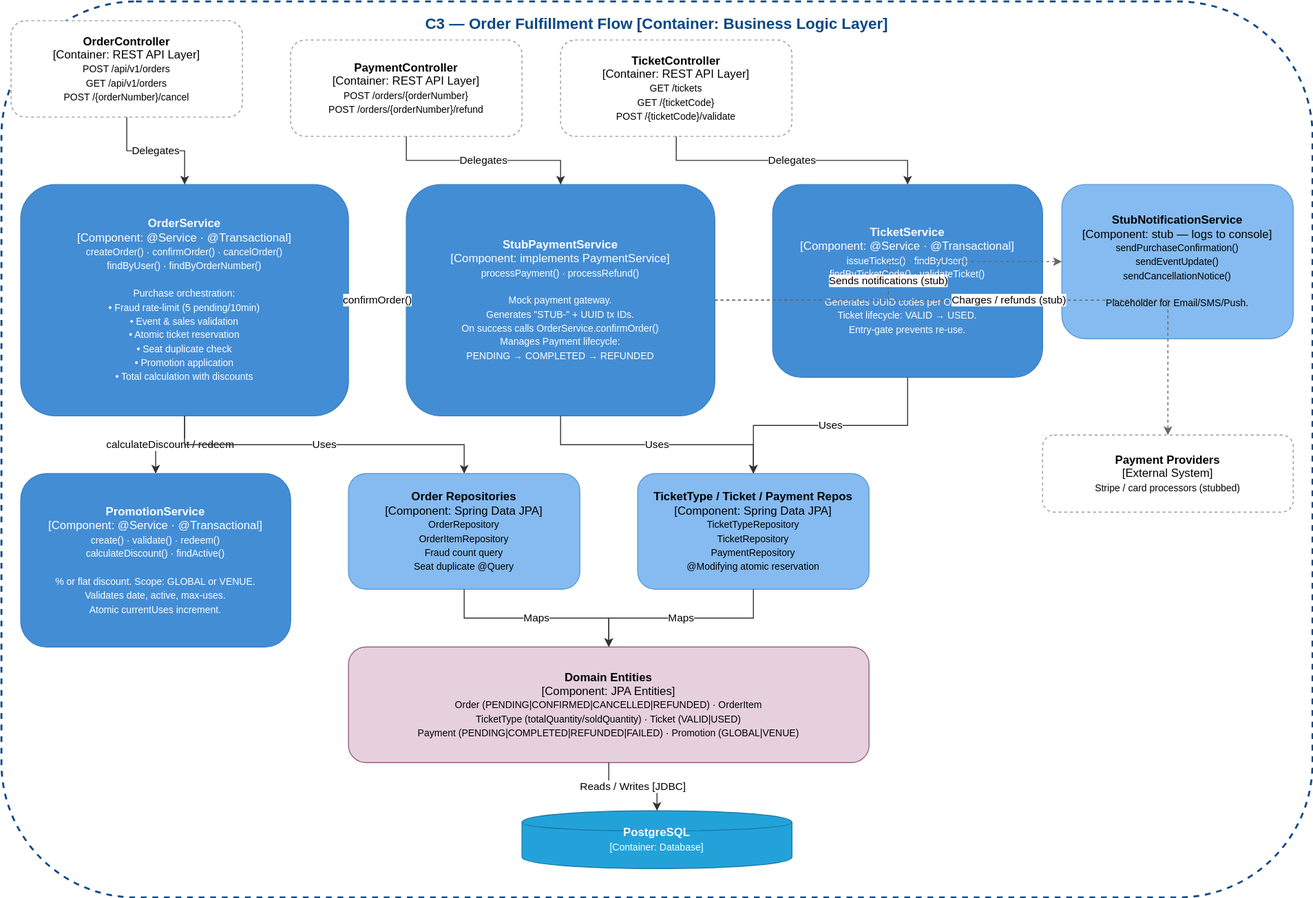
Before: diagrams/c4model/ticketwave-c3-order-fulfillment.drawio.svg, a diagram exported from draw.io (Juanchoque1206/soe-TicketWave). Source tidied: cells renumbered, new cells last; positions are measured from the earlier drawing's top-left corner, leaving out a move shared by most shapes.
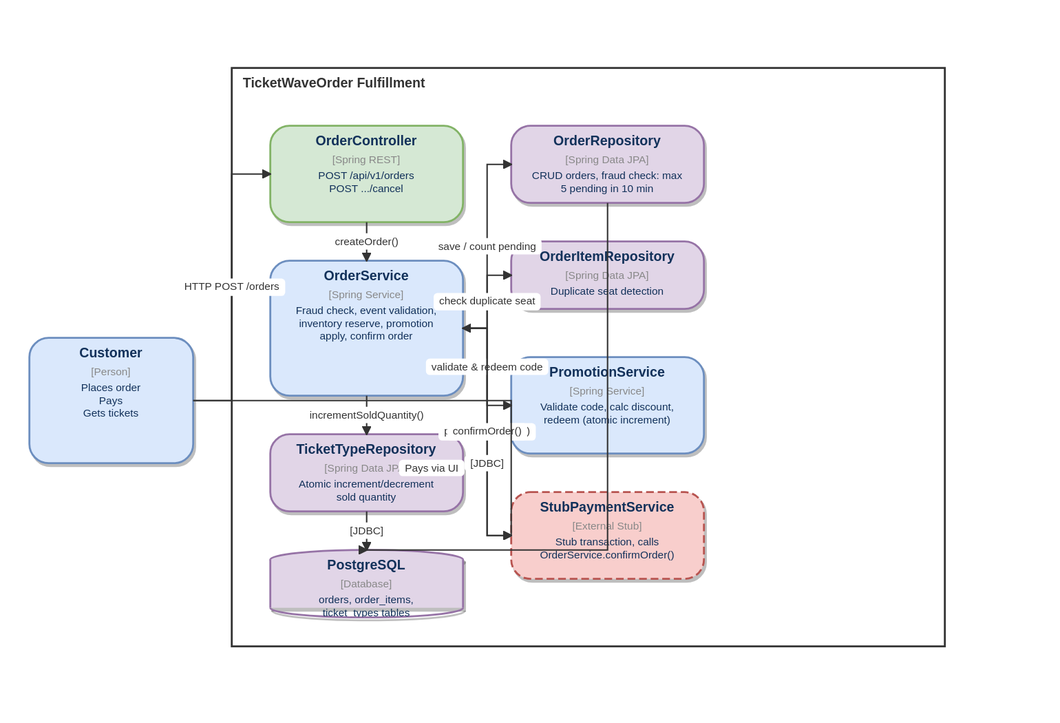
After the change.

The edit, as a diff of the source:
```diff
@@ -2,89 +2,71 @@
   <root>
     <mxCell id="0" />
     <mxCell id="1" parent="0" />
-    <mxCell id="2" style="rounded=1;whiteSpace=wrap;html=1;fillColor=none;strokeColor=#0b4884;dashed=1;strokeWidth=2;fontColor=#0b4884;fontStyle=1;" parent="1" vertex="1">
-      <mxGeometry width="1360" height="930" as="geometry" />
-    </mxCell>
-    <mxCell id="3" value="C3 — Order Fulfillment Flow [Container: Business Logic Layer]" style="text;html=1;strokeColor=none;fillColor=none;align=center;verticalAlign=top;whiteSpace=wrap;rounded=0;fontColor=#0b4884;fontStyle=1;fontSize=16;" parent="1" vertex="1">
-      <mxGeometry x="1" y="7" width="1358" height="20" as="geometry" />
-    </mxCell>
-    <mxCell id="4" value="&lt;b&gt;OrderController&lt;/b&gt;&lt;br&gt;[Container: REST API Layer]&lt;br&gt;&lt;font style=&quot;font-size:10px&quot;&gt;POST /api/v1/orders&lt;br&gt;GET /api/v1/orders&lt;br&gt;POST /{orderNumber}/cancel&lt;/font&gt;" style="rounded=1;whiteSpace=wrap;html=1;fillColor=#FFFFFF;strokeColor=#999999;dashed=1;" parent="1" vertex="1">
-      <mxGeometry x="10" y="20" width="240" height="100" as="geometry" />
-    </mxCell>
-    <mxCell id="5" value="&lt;b&gt;PaymentController&lt;/b&gt;&lt;br&gt;[Container: REST API Layer]&lt;br&gt;&lt;font style=&quot;font-size:10px&quot;&gt;POST /orders/{orderNumber}&lt;br&gt;POST /orders/{orderNumber}/refund&lt;/font&gt;" style="rounded=1;whiteSpace=wrap;html=1;fillColor=#FFFFFF;strokeColor=#999999;dashed=1;" parent="1" vertex="1">
-      <mxGeometry x="300" y="40" width="240" height="100" as="geometry" />
-    </mxCell>
-    <mxCell id="6" value="&lt;b&gt;TicketController&lt;/b&gt;&lt;br&gt;[Container: REST API Layer]&lt;br&gt;&lt;font style=&quot;font-size:10px&quot;&gt;GET /tickets&lt;br&gt;GET /{ticketCode}&lt;br&gt;POST /{ticketCode}/validate&lt;/font&gt;" style="rounded=1;whiteSpace=wrap;html=1;fillColor=#FFFFFF;strokeColor=#999999;dashed=1;" parent="1" vertex="1">
-      <mxGeometry x="580" y="40" width="240" height="100" as="geometry" />
-    </mxCell>
-    <mxCell id="7" value="&lt;b&gt;OrderService&lt;/b&gt;&lt;br&gt;[Component: @Service · @Transactional]&lt;br&gt;&lt;font style=&quot;font-size:10px&quot;&gt;createOrder() · confirmOrder() · cancelOrder()&lt;br&gt;findByUser() · findByOrderNumber()&lt;br&gt;&lt;br&gt;Purchase orchestration:&lt;br&gt;• Fraud rate-limit (5 pending/10min)&lt;br&gt;• Event &amp;amp; sales validation&lt;br&gt;• Atomic ticket reservation&lt;br&gt;• Seat duplicate check&lt;br&gt;• Promotion application&lt;br&gt;• Total calculation with discounts&lt;/font&gt;" style="rounded=1;whiteSpace=wrap;html=1;fillColor=#438dd5;strokeColor=#3c7fc0;fontColor=#FFFFFF;" parent="1" vertex="1">
-      <mxGeometry x="20" y="190" width="340" height="240" as="geometry" />
-    </mxCell>
-    <mxCell id="8" value="&lt;b&gt;StubPaymentService&lt;/b&gt;&lt;br&gt;[Component: implements PaymentService]&lt;br&gt;&lt;font style=&quot;font-size:10px&quot;&gt;processPayment() · processRefund()&lt;br&gt;&lt;br&gt;Mock payment gateway.&lt;br&gt;Generates &quot;STUB-&quot; + UUID tx IDs.&lt;br&gt;On success calls OrderService.confirmOrder()&lt;br&gt;Manages Payment lifecycle:&lt;br&gt;PENDING → COMPLETED → REFUNDED&lt;/font&gt;" style="rounded=1;whiteSpace=wrap;html=1;fillColor=#438dd5;strokeColor=#3c7fc0;fontColor=#FFFFFF;" parent="1" vertex="1">
-      <mxGeometry x="420" y="190" width="320" height="240" as="geometry" />
-    </mxCell>
-    <mxCell id="9" value="&lt;b&gt;TicketService&lt;/b&gt;&lt;br&gt;[Component: @Service · @Transactional]&lt;br&gt;&lt;font style=&quot;font-size:10px&quot;&gt;issueTickets() · findByUser()&lt;br&gt;findByTicketCode() · validateTicket()&lt;br&gt;&lt;br&gt;Generates UUID codes per OrderItem.&lt;br&gt;Ticket lifecycle: VALID → USED.&lt;br&gt;Entry-gate prevents re-use.&lt;/font&gt;" style="rounded=1;whiteSpace=wrap;html=1;fillColor=#438dd5;strokeColor=#3c7fc0;fontColor=#FFFFFF;" parent="1" vertex="1">
-      <mxGeometry x="800" y="190" width="280" height="200" as="geometry" />
-    </mxCell>
-    <mxCell id="10" value="&lt;b&gt;PromotionService&lt;/b&gt;&lt;br&gt;[Component: @Service · @Transactional]&lt;br&gt;&lt;font style=&quot;font-size:10px&quot;&gt;create() · validate() · redeem()&lt;br&gt;calculateDiscount() · findActive()&lt;br&gt;&lt;br&gt;% or flat discount. Scope: GLOBAL or VENUE.&lt;br&gt;Validates date, active, max-uses.&lt;br&gt;Atomic currentUses increment.&lt;/font&gt;" style="rounded=1;whiteSpace=wrap;html=1;fillColor=#438dd5;strokeColor=#3c7fc0;fontColor=#FFFFFF;" parent="1" vertex="1">
-      <mxGeometry x="20" y="490" width="280" height="180" as="geometry" />
-    </mxCell>
-    <mxCell id="11" value="&lt;b&gt;StubNotificationService&lt;/b&gt;&lt;br&gt;[Component: stub — logs to console]&lt;br&gt;&lt;font style=&quot;font-size:10px&quot;&gt;sendPurchaseConfirmation()&lt;br&gt;sendEventUpdate()&lt;br&gt;sendCancellationNotice()&lt;br&gt;&lt;br&gt;Placeholder for Email/SMS/Push.&lt;/font&gt;" style="rounded=1;whiteSpace=wrap;html=1;fillColor=#85bbf0;strokeColor=#5a9bd4;" parent="1" vertex="1">
-      <mxGeometry x="1100" y="190" width="240" height="160" as="geometry" />
-    </mxCell>
-    <mxCell id="12" value="&lt;b&gt;Order Repositories&lt;/b&gt;&lt;br&gt;[Component: Spring Data JPA]&lt;br&gt;&lt;font style=&quot;font-size:10px&quot;&gt;OrderRepository&lt;br&gt;OrderItemRepository&lt;br&gt;Fraud count query&lt;br&gt;Seat duplicate @Query&lt;/font&gt;" style="rounded=1;whiteSpace=wrap;html=1;fillColor=#85bbf0;strokeColor=#5a9bd4;" parent="1" vertex="1">
-      <mxGeometry x="360" y="490" width="240" height="120" as="geometry" />
-    </mxCell>
-    <mxCell id="13" value="&lt;b&gt;TicketType / Ticket / Payment Repos&lt;/b&gt;&lt;br&gt;[Component: Spring Data JPA]&lt;br&gt;&lt;font style=&quot;font-size:10px&quot;&gt;TicketTypeRepository&lt;br&gt;TicketRepository&lt;br&gt;PaymentRepository&lt;br&gt;@Modifying atomic reservation&lt;/font&gt;" style="rounded=1;whiteSpace=wrap;html=1;fillColor=#85bbf0;strokeColor=#5a9bd4;" parent="1" vertex="1">
-      <mxGeometry x="660" y="490" width="240" height="120" as="geometry" />
-    </mxCell>
-    <mxCell id="14" value="&lt;b&gt;Domain Entities&lt;/b&gt;&lt;br&gt;[Component: JPA Entities]&lt;br&gt;&lt;font style=&quot;font-size:10px&quot;&gt;Order (PENDING|CONFIRMED|CANCELLED|REFUNDED) · OrderItem&lt;br&gt;TicketType (totalQuantity/soldQuantity) · Ticket (VALID|USED)&lt;br&gt;Payment (PENDING|COMPLETED|REFUNDED|FAILED) · Promotion (GLOBAL|VENUE)&lt;/font&gt;" style="rounded=1;whiteSpace=wrap;html=1;fillColor=#e6d0de;strokeColor=#996185;" parent="1" vertex="1">
-      <mxGeometry x="360" y="670" width="540" height="120" as="geometry" />
-    </mxCell>
-    <mxCell id="15" value="&lt;b&gt;PostgreSQL&lt;/b&gt;&lt;br&gt;&lt;font style=&quot;font-size:10px&quot;&gt;[Container: Database]&lt;/font&gt;" style="shape=cylinder;whiteSpace=wrap;html=1;fillColor=#23a2d9;strokeColor=#1a7da8;fontColor=#FFFFFF;" parent="1" vertex="1">
-      <mxGeometry x="540" y="840" width="280" height="60" as="geometry" />
-    </mxCell>
-    <mxCell id="16" value="&lt;b&gt;Payment Providers&lt;/b&gt;&lt;br&gt;[External System]&lt;br&gt;&lt;font style=&quot;font-size:10px&quot;&gt;Stripe / card processors (stubbed)&lt;/font&gt;" style="rounded=1;whiteSpace=wrap;html=1;fillColor=#FFFFFF;strokeColor=#999999;dashed=1;" parent="1" vertex="1">
-      <mxGeometry x="1080" y="450" width="260" height="80" as="geometry" />
-    </mxCell>
-    <mxCell id="17" value="Delegates" style="edgeStyle=orthogonalEdgeStyle;rounded=0;jettySize=auto;html=1;strokeColor=#333333;" parent="1" edge="1" source="4" target="7">
-      <mxGeometry relative="1" as="geometry" />
-    </mxCell>
-    <mxCell id="18" value="Delegates" style="edgeStyle=orthogonalEdgeStyle;rounded=0;jettySize=auto;html=1;strokeColor=#333333;" parent="1" edge="1" source="5" target="8">
-      <mxGeometry relative="1" as="geometry" />
-    </mxCell>
-    <mxCell id="19" value="Delegates" style="edgeStyle=orthogonalEdgeStyle;rounded=0;jettySize=auto;html=1;strokeColor=#333333;" parent="1" edge="1" source="6" target="9">
-      <mxGeometry relative="1" as="geometry" />
-    </mxCell>
-    <mxCell id="20" value="calculateDiscount / redeem" style="edgeStyle=orthogonalEdgeStyle;rounded=0;jettySize=auto;html=1;strokeColor=#333333;" parent="1" edge="1" source="7" target="10">
-      <mxGeometry relative="1" as="geometry" />
-    </mxCell>
+    <mxCell id="30" value="TicketWave — Order Fulfillment (C3 Components)" style="text;html=1;fontSize=20;fontStyle=1;fillColor=none;strokeColor=none;fontColor=#1a365d;" parent="1" vertex="1">
+      <mxGeometry x="180" y="-40" width="700" height="30" as="geometry" />
+    </mxCell>
+    <mxCell id="31" value="&lt;div style=&quot;text-align:center;padding:8px;&quot;&gt;&lt;div style=&quot;font-size:14px;font-weight:bold;color:#12315a;margin-bottom:4px;&quot;&gt;Customer&lt;/div&gt;&lt;div style=&quot;font-size:11px;color:#888;margin-bottom:4px;&quot;&gt;[Person]&lt;/div&gt;&lt;div style=&quot;font-size:11px;color:#12315a;&quot;&gt;Places order&lt;br/&gt;Pays&lt;br/&gt;Gets tickets&lt;br/&gt;&lt;/div&gt;&lt;/div&gt;" style="rounded=1;whiteSpace=wrap;html=1;overflow=fill;fillColor=#dae8fc;strokeColor=#6c8ebf;strokeWidth=2;fontSize=12;verticalAlign=top;shadow=1;arcSize=20;" parent="1" vertex="1">
+      <mxGeometry x="10" y="300" width="170" height="130" as="geometry" />
+    </mxCell>
+    <mxCell id="32" value="&lt;b&gt;TicketWave&lt;br/&gt;Order Fulfillment&lt;/b&gt;" style="rounded=1;whiteSpace=wrap;html=1;overflow=fill;fillColor=none;strokeColor=#333333;strokeWidth=2;fontSize=14;fontStyle=1;verticalAlign=top;align=center;labelBackgroundColor=#ffffff;" parent="1" vertex="1">
+      <mxGeometry x="220" y="20" width="740" height="600" as="geometry" />
+    </mxCell>
+    <mxCell id="33" value="&lt;div style=&quot;text-align:center;padding:8px;&quot;&gt;&lt;div style=&quot;font-size:14px;font-weight:bold;color:#12315a;margin-bottom:4px;&quot;&gt;OrderController&lt;/div&gt;&lt;div style=&quot;font-size:11px;color:#888;margin-bottom:4px;&quot;&gt;[Spring REST]&lt;/div&gt;&lt;div style=&quot;font-size:11px;color:#12315a;&quot;&gt;POST /api/v1/orders&lt;br/&gt;POST .../cancel&lt;br/&gt;&lt;/div&gt;&lt;/div&gt;" style="rounded=1;whiteSpace=wrap;html=1;overflow=fill;fillColor=#d5e8d4;strokeColor=#82b366;strokeWidth=2;fontSize=12;verticalAlign=top;shadow=1;arcSize=20;" parent="1" vertex="1">
+      <mxGeometry x="260" y="80" width="200" height="100" as="geometry" />
+    </mxCell>
+    <mxCell id="34" value="&lt;div style=&quot;text-align:center;padding:8px;&quot;&gt;&lt;div style=&quot;font-size:14px;font-weight:bold;color:#12315a;margin-bottom:4px;&quot;&gt;OrderService&lt;/div&gt;&lt;div style=&quot;font-size:11px;color:#888;margin-bottom:4px;&quot;&gt;[Spring Service]&lt;/div&gt;&lt;div style=&quot;font-size:11px;color:#12315a;&quot;&gt;Fraud check, event validation,&lt;br/&gt;inventory reserve, promotion&lt;br/&gt;apply, confirm order&lt;br/&gt;&lt;/div&gt;&lt;/div&gt;" style="rounded=1;whiteSpace=wrap;html=1;overflow=fill;fillColor=#dae8fc;strokeColor=#6c8ebf;strokeWidth=2;fontSize=12;verticalAlign=top;shadow=1;arcSize=20;" parent="1" vertex="1">
+      <mxGeometry x="260" y="220" width="200" height="140" as="geometry" />
+    </mxCell>
+    <mxCell id="35" value="&lt;div style=&quot;text-align:center;padding:8px;&quot;&gt;&lt;div style=&quot;font-size:14px;font-weight:bold;color:#12315a;margin-bottom:4px;&quot;&gt;TicketTypeRepository&lt;/div&gt;&lt;div style=&quot;font-size:11px;color:#888;margin-bottom:4px;&quot;&gt;[Spring Data JPA]&lt;/div&gt;&lt;div style=&quot;font-size:11px;color:#12315a;&quot;&gt;Atomic increment/decrement&lt;br/&gt;sold quantity&lt;br/&gt;&lt;/div&gt;&lt;/div&gt;" style="rounded=1;whiteSpace=wrap;html=1;overflow=fill;fillColor=#e1d5e7;strokeColor=#9673a6;strokeWidth=2;fontSize=12;verticalAlign=top;shadow=1;arcSize=20;" parent="1" vertex="1">
+      <mxGeometry x="260" y="400" width="200" height="80" as="geometry" />
+    </mxCell>
+    <mxCell id="36" value="&lt;div style=&quot;text-align:center;padding:8px;&quot;&gt;&lt;div style=&quot;font-size:14px;font-weight:bold;color:#12315a;margin-bottom:4px;&quot;&gt;OrderRepository&lt;/div&gt;&lt;div style=&quot;font-size:11px;color:#888;margin-bottom:4px;&quot;&gt;[Spring Data JPA]&lt;/div&gt;&lt;div style=&quot;font-size:11px;color:#12315a;&quot;&gt;CRUD orders, fraud check: max&lt;br/&gt;5 pending in 10 min&lt;br/&gt;&lt;/div&gt;&lt;/div&gt;" style="rounded=1;whiteSpace=wrap;html=1;overflow=fill;fillColor=#e1d5e7;strokeColor=#9673a6;strokeWidth=2;fontSize=12;verticalAlign=top;shadow=1;arcSize=20;" parent="1" vertex="1">
+      <mxGeometry x="510" y="80" width="200" height="80" as="geometry" />
+    </mxCell>
+    <mxCell id="37" value="&lt;div style=&quot;text-align:center;padding:8px;&quot;&gt;&lt;div style=&quot;font-size:14px;font-weight:bold;color:#12315a;margin-bottom:4px;&quot;&gt;OrderItemRepository&lt;/div&gt;&lt;div style=&quot;font-size:11px;color:#888;margin-bottom:4px;&quot;&gt;[Spring Data JPA]&lt;/div&gt;&lt;div style=&quot;font-size:11px;color:#12315a;&quot;&gt;Duplicate seat detection&lt;br/&gt;&lt;/div&gt;&lt;/div&gt;" style="rounded=1;whiteSpace=wrap;html=1;overflow=fill;fillColor=#e1d5e7;strokeColor=#9673a6;strokeWidth=2;fontSize=12;verticalAlign=top;shadow=1;arcSize=20;" parent="1" vertex="1">
+      <mxGeometry x="510" y="200" width="200" height="70" as="geometry" />
+    </mxCell>
+    <mxCell id="38" value="&lt;div style=&quot;text-align:center;padding:8px;&quot;&gt;&lt;div style=&quot;font-size:14px;font-weight:bold;color:#12315a;margin-bottom:4px;&quot;&gt;PromotionService&lt;/div&gt;&lt;div style=&quot;font-size:11px;color:#888;margin-bottom:4px;&quot;&gt;[Spring Service]&lt;/div&gt;&lt;div style=&quot;font-size:11px;color:#12315a;&quot;&gt;Validate code, calc discount,&lt;br/&gt;redeem (atomic increment)&lt;br/&gt;&lt;/div&gt;&lt;/div&gt;" style="rounded=1;whiteSpace=wrap;html=1;overflow=fill;fillColor=#dae8fc;strokeColor=#6c8ebf;strokeWidth=2;fontSize=12;verticalAlign=top;shadow=1;arcSize=20;" parent="1" vertex="1">
+      <mxGeometry x="510" y="320" width="200" height="100" as="geometry" />
+    </mxCell>
+    <mxCell id="39" value="&lt;div style=&quot;text-align:center;padding:8px;&quot;&gt;&lt;div style=&quot;font-size:14px;font-weight:bold;color:#12315a;margin-bottom:4px;&quot;&gt;StubPaymentService&lt;/div&gt;&lt;div style=&quot;font-size:11px;color:#888;margin-bottom:4px;&quot;&gt;[External Stub]&lt;/div&gt;&lt;div style=&quot;font-size:11px;color:#12315a;&quot;&gt;Stub transaction, calls&lt;br/&gt;OrderService.confirmOrder()&lt;br/&gt;&lt;/div&gt;&lt;/div&gt;" style="rounded=1;whiteSpace=wrap;html=1;overflow=fill;fillColor=#f8cecc;strokeColor=#b85450;strokeWidth=2;fontSize=12;verticalAlign=top;shadow=1;arcSize=20;dashed=1;" parent="1" vertex="1">
+      <mxGeometry x="510" y="460" width="200" height="90" as="geometry" />
+    </mxCell>
+    <mxCell id="40" value="&lt;div style=&quot;text-align:center;padding:8px;&quot;&gt;&lt;div style=&quot;font-size:14px;font-weight:bold;color:#12315a;margin-bottom:4px;&quot;&gt;PostgreSQL&lt;/div&gt;&lt;div style=&quot;font-size:11px;color:#888;margin-bottom:4px;&quot;&gt;[Database]&lt;/div&gt;&lt;div style=&quot;font-size:11px;color:#12315a;&quot;&gt;orders, order_items,&lt;br/&gt;ticket_types tables&lt;br/&gt;&lt;/div&gt;&lt;/div&gt;" style="shape=cylinder3;whiteSpace=wrap;html=1;overflow=fill;fillColor=#e1d5e7;strokeColor=#9673a6;strokeWidth=2;fontSize=12;verticalAlign=top;shadow=1;" parent="1" vertex="1">
+      <mxGeometry x="260" y="520" width="200" height="70" as="geometry" />
+    </mxCell>
+    <mxCell id="41" value="HTTP POST /orders" style="endArrow=blockThin;endFill=1;edgeStyle=orthogonalEdgeStyle;html=1;exitX=0.5;exitY=1;entryX=0.5;entryY=0;rounded=1;strokeWidth=1;fontSize=11;labelBackgroundColor=#ffffff;" parent="1" edge="1" source="31" target="33">
+      <mxGeometry relative="1" as="geometry" />
+    </mxCell>
+    <mxCell id="42" value="createOrder()" style="endArrow=blockThin;endFill=1;edgeStyle=orthogonalEdgeStyle;html=1;exitX=0.5;exitY=1;entryX=0.5;entryY=0;rounded=1;strokeWidth=1;fontSize=11;labelBackgroundColor=#ffffff;" parent="1" edge="1" source="33" target="34">
+      <mxGeometry relative="1" as="geometry" />
+    </mxCell>
+    <mxCell id="43" value="incrementSoldQuantity()" style="endArrow=blockThin;endFill=1;edgeStyle=orthogonalEdgeStyle;html=1;exitX=0.5;exitY=1;entryX=0.5;entryY=0;rounded=1;strokeWidth=1;fontSize=11;labelBackgroundColor=#ffffff;" parent="1" edge="1" source="34" target="35">
+      <mxGeometry relative="1" as="geometry" />
+    </mxCell>
+    <mxCell id="44" value="save / count pending" style="endArrow=blockThin;endFill=1;edgeStyle=orthogonalEdgeStyle;html=1;exitX=0.5;exitY=1;entryX=0.5;entryY=0;rounded=1;strokeWidth=1;fontSize=11;labelBackgroundColor=#ffffff;" parent="1" edge="1" source="34" target="36">
+      <mxGeometry relative="1" as="geometry" />
+    </mxCell>
+    <mxCell id="45" value="check duplicate seat" style="endArrow=blockThin;endFill=1;edgeStyle=orthogonalEdgeStyle;html=1;exitX=0.5;exitY=1;entryX=0.5;entryY=0;rounded=1;strokeWidth=1;fontSize=11;labelBackgroundColor=#ffffff;" parent="1" edge="1" source="34" target="37">
+      <mxGeometry relative="1" as="geometry" />
+    </mxCell>
+    <mxCell id="46" value="validate &amp;amp; redeem code" style="endArrow=blockThin;endFill=1;edgeStyle=orthogonalEdgeStyle;html=1;exitX=0.5;exitY=1;entryX=0.5;entryY=0;rounded=1;strokeWidth=1;fontSize=11;labelBackgroundColor=#ffffff;" parent="1" edge="1" source="34" target="38">
+      <mxGeometry relative="1" as="geometry" />
+    </mxCell>
+    <mxCell id="47" value="processPayment()" style="endArrow=blockThin;endFill=1;edgeStyle=orthogonalEdgeStyle;html=1;exitX=0.5;exitY=1;entryX=0.5;entryY=0;rounded=1;strokeWidth=1;fontSize=11;labelBackgroundColor=#ffffff;" parent="1" edge="1" source="34" target="39">
+      <mxGeometry relative="1" as="geometry" />
+    </mxCell>
-    <mxCell id="21" value="confirmOrder()" style="edgeStyle=orthogonalEdgeStyle;rounded=0;jettySize=auto;html=1;strokeColor=#333333;" parent="1" edge="1" source="8" target="7">
+    <mxCell id="21" value="confirmOrder()" style="endArrow=blockThin;endFill=1;edgeStyle=orthogonalEdgeStyle;html=1;exitX=0.5;exitY=1;entryX=0.5;entryY=0;rounded=1;strokeWidth=1;fontSize=11;labelBackgroundColor=#ffffff;" parent="1" edge="1" source="39" target="34">
       <mxGeometry relative="1" as="geometry" />
     </mxCell>
-    <mxCell id="22" value="Sends notifications (stub)" style="edgeStyle=orthogonalEdgeStyle;rounded=0;jettySize=auto;html=1;strokeColor=#666666;dashed=1;" parent="1" edge="1" source="8" target="11">
-      <mxGeometry relative="1" as="geometry" />
-    </mxCell>
-    <mxCell id="23" value="Charges / refunds (stub)" style="edgeStyle=orthogonalEdgeStyle;rounded=0;jettySize=auto;html=1;strokeColor=#666666;dashed=1;" parent="1" edge="1" source="8" target="16">
-      <mxGeometry relative="1" as="geometry" />
-    </mxCell>
-    <mxCell id="24" value="Uses" style="edgeStyle=orthogonalEdgeStyle;rounded=0;jettySize=auto;html=1;strokeColor=#333333;" parent="1" edge="1" source="7" target="12">
-      <mxGeometry relative="1" as="geometry" />
-    </mxCell>
-    <mxCell id="25" value="Uses" style="edgeStyle=orthogonalEdgeStyle;rounded=0;jettySize=auto;html=1;strokeColor=#333333;" parent="1" edge="1" source="9" target="13">
-      <mxGeometry relative="1" as="geometry" />
-    </mxCell>
-    <mxCell id="26" value="Uses" style="edgeStyle=orthogonalEdgeStyle;rounded=0;jettySize=auto;html=1;strokeColor=#333333;" parent="1" edge="1" source="8" target="13">
-      <mxGeometry relative="1" as="geometry" />
-    </mxCell>
-    <mxCell id="27" value="Maps" style="edgeStyle=orthogonalEdgeStyle;rounded=0;jettySize=auto;html=1;strokeColor=#333333;" parent="1" edge="1" source="12" target="14">
-      <mxGeometry relative="1" as="geometry" />
-    </mxCell>
-    <mxCell id="28" value="Maps" style="edgeStyle=orthogonalEdgeStyle;rounded=0;jettySize=auto;html=1;strokeColor=#333333;" parent="1" edge="1" source="13" target="14">
-      <mxGeometry relative="1" as="geometry" />
-    </mxCell>
-    <mxCell id="29" value="Reads / Writes [JDBC]" style="edgeStyle=orthogonalEdgeStyle;rounded=0;jettySize=auto;html=1;strokeColor=#333333;" parent="1" edge="1" source="14" target="15">
-      <mxGeometry relative="1" as="geometry" />
-    </mxCell>
+    <mxCell id="48" value="[JDBC]" style="endArrow=blockThin;endFill=1;edgeStyle=orthogonalEdgeStyle;html=1;exitX=0.5;exitY=1;entryX=0.5;entryY=0;rounded=1;strokeWidth=1;fontSize=11;labelBackgroundColor=#ffffff;" parent="1" edge="1" source="35" target="40">
+      <mxGeometry relative="1" as="geometry" />
+    </mxCell>
+    <mxCell id="49" value="[JDBC]" style="endArrow=blockThin;endFill=1;edgeStyle=orthogonalEdgeStyle;html=1;exitX=0.5;exitY=1;entryX=0.5;entryY=0;rounded=1;strokeWidth=1;fontSize=11;labelBackgroundColor=#ffffff;" parent="1" edge="1" source="36" target="40">
+      <mxGeometry relative="1" as="geometry" />
+    </mxCell>
+    <mxCell id="50" value="Pays via UI" style="endArrow=blockThin;endFill=1;edgeStyle=orthogonalEdgeStyle;html=1;exitX=0.5;exitY=1;entryX=0.5;entryY=0;rounded=1;strokeWidth=1;fontSize=11;labelBackgroundColor=#ffffff;" parent="1" edge="1" source="31" target="39">
+      <mxGeometry relative="1" as="geometry" />
+    </mxCell>
   </root>
 </mxGraphModel>
```
